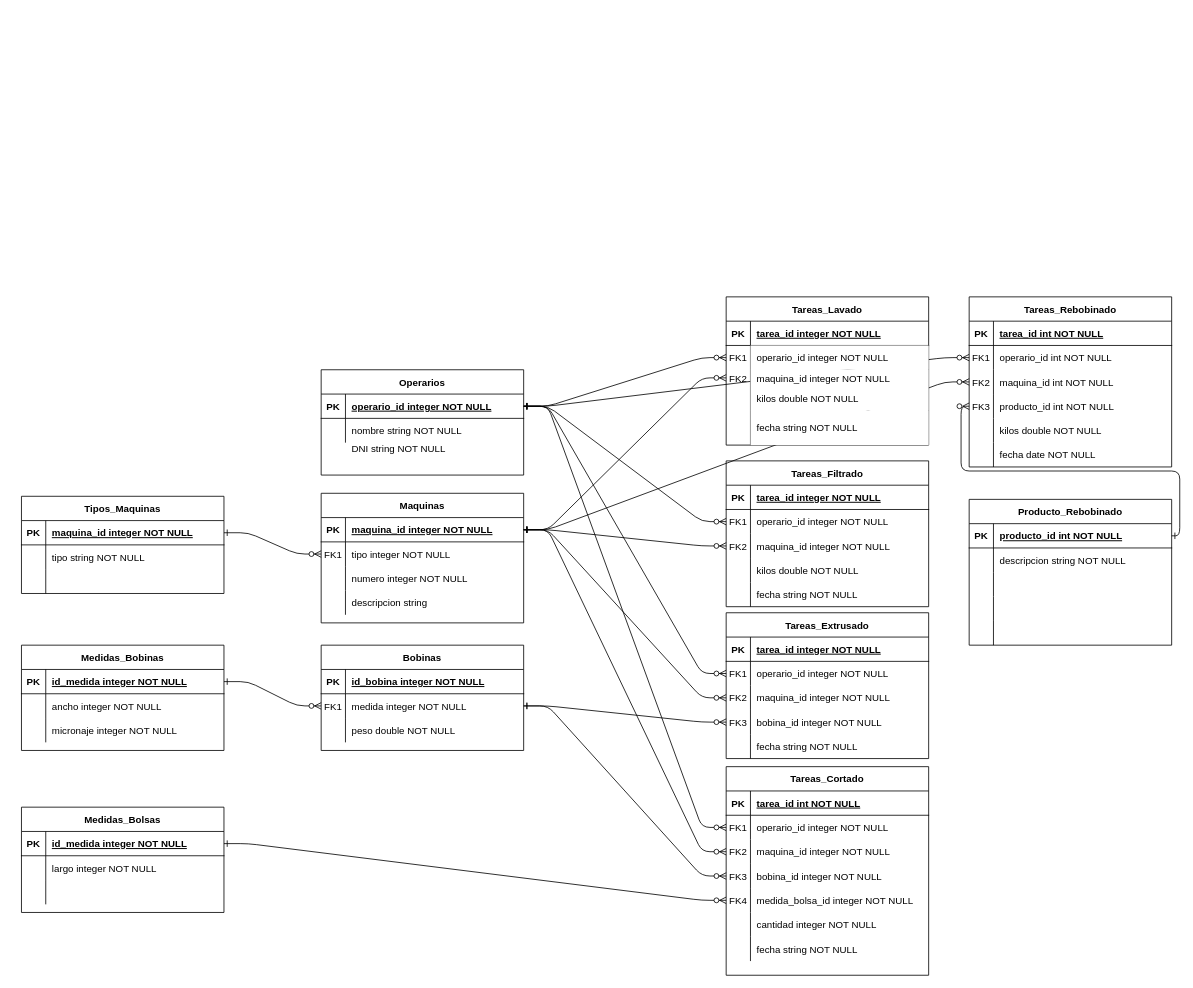
Above: Bolsaco/Other/DBDiagram.drawio in maurocipo/Bolsaco (draw.io), before the change. Source tidied: cells renumbered, new cells numbered last; positions are measured from the earlier drawing's top-left corner, leaving out a move shared by most shapes. Both pictures are drawn from the tidied source at 81%, with x=0, y=0 at pixel (21, 296).
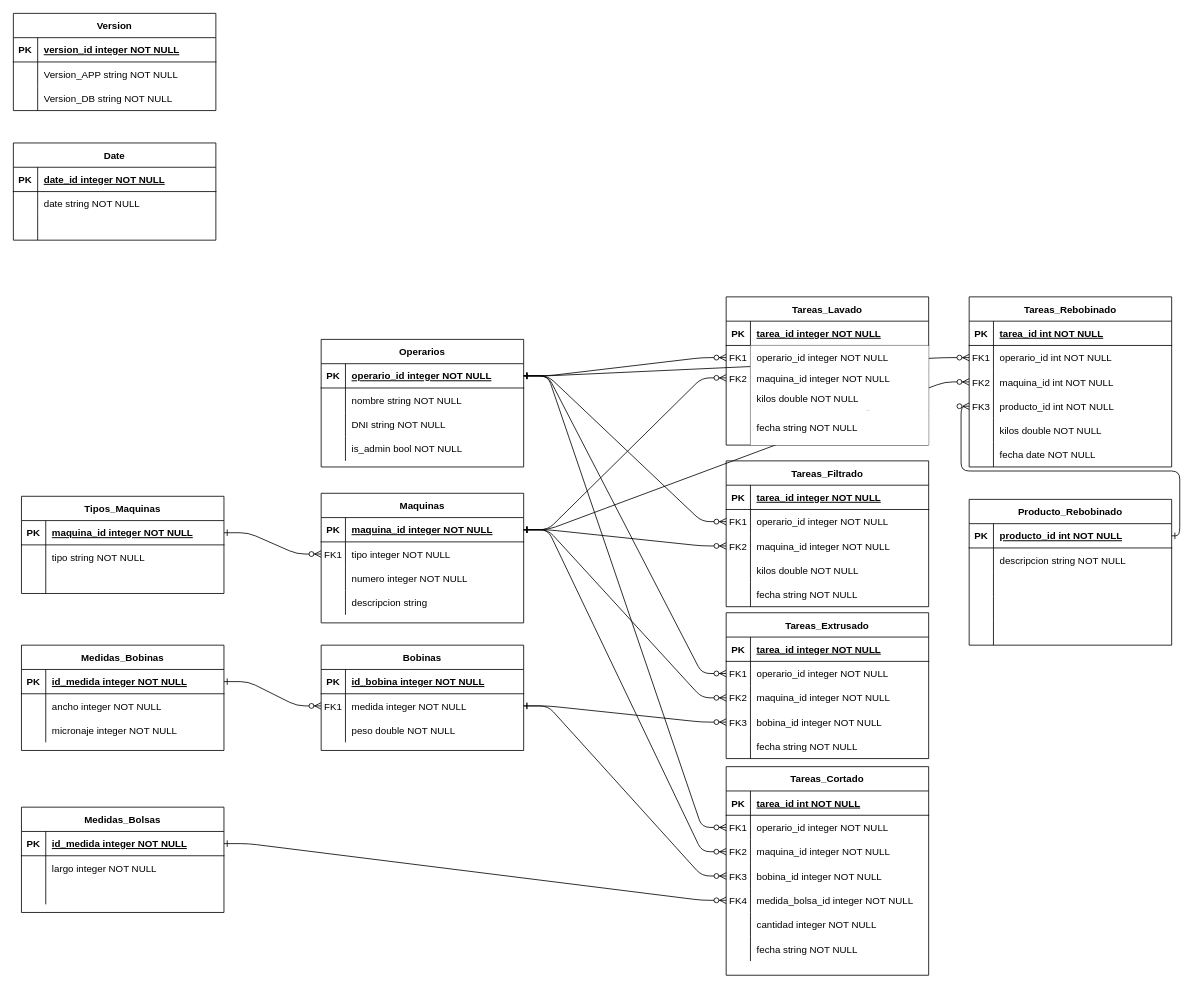
The same page after the edit.

What changed in the source:
```diff
@@
     <mxCell id="16" value="Operarios" style="shape=table;startSize=30;childLayout=tableLayout;rowLines=0;fontStyle=1;align=center;" parent="1" vertex="1">
-      <mxGeometry x="370" y="90" width="250" height="130" as="geometry" />
+      <mxGeometry x="370" y="52.5" width="250" height="157.5" as="geometry" />
     </mxCell>
@@
+    <mxCell id="186" style="shape=partialRectangle;fillColor=none;top=0;left=0;right=0;bottom=0;" parent="16" vertex="1">
+      <mxGeometry y="90" width="250" height="30" as="geometry" />
+    </mxCell>
+    <mxCell id="187" style="shape=partialRectangle;overflow=hidden;fillColor=none;top=0;left=0;bottom=0;right=0;" parent="186" vertex="1">
+      <mxGeometry width="30" height="30" as="geometry" />
+    </mxCell>
+    <mxCell id="141" value="DNI string NOT NULL" style="shape=partialRectangle;overflow=hidden;fillColor=none;top=0;left=0;bottom=0;right=0;align=left;spacingLeft=6;" parent="186" vertex="1">
+      <mxGeometry x="30" width="220" height="30" as="geometry" />
+    </mxCell>
+    <mxCell id="188" style="shape=partialRectangle;fillColor=none;top=0;left=0;right=0;bottom=0;" parent="16" vertex="1">
+      <mxGeometry y="120" width="250" height="30" as="geometry" />
+    </mxCell>
+    <mxCell id="189" style="shape=partialRectangle;overflow=hidden;fillColor=none;top=0;left=0;bottom=0;right=0;" parent="188" vertex="1">
+      <mxGeometry width="30" height="30" as="geometry" />
+    </mxCell>
+    <mxCell id="190" value="is_admin bool NOT NULL" style="shape=partialRectangle;overflow=hidden;fillColor=none;top=0;left=0;bottom=0;right=0;align=left;spacingLeft=6;" parent="188" vertex="1">
+      <mxGeometry x="30" width="220" height="30" as="geometry" />
+    </mxCell>
@@
-    <mxCell id="141" value="DNI string NOT NULL" style="shape=partialRectangle;overflow=hidden;fillColor=none;top=0;left=0;bottom=0;right=0;align=left;spacingLeft=6;" parent="1" vertex="1">
-      <mxGeometry x="400" y="172.5" width="220" height="30" as="geometry" />
-    </mxCell>
@@
+    <mxCell id="191" value="Date" style="shape=table;startSize=30;childLayout=tableLayout;rowLines=0;fontStyle=1;align=center;" parent="1" vertex="1">
+      <mxGeometry x="-10" y="-190" width="250" height="120" as="geometry" />
+    </mxCell>
+    <mxCell id="192" style="shape=partialRectangle;fillColor=none;top=0;left=0;right=0;bottom=1;" parent="191" vertex="1">
+      <mxGeometry y="30" width="250" height="30" as="geometry" />
+    </mxCell>
+    <mxCell id="193" value="PK" style="shape=partialRectangle;overflow=hidden;fillColor=none;top=0;left=0;bottom=0;right=0;fontStyle=1;" parent="192" vertex="1">
+      <mxGeometry width="30" height="30" as="geometry" />
+    </mxCell>
+    <mxCell id="194" value="date_id integer NOT NULL " style="shape=partialRectangle;overflow=hidden;fillColor=none;top=0;left=0;bottom=0;right=0;align=left;spacingLeft=6;fontStyle=5;" parent="192" vertex="1">
+      <mxGeometry x="30" width="220" height="30" as="geometry" />
+    </mxCell>
+    <mxCell id="195" style="shape=partialRectangle;fillColor=none;top=0;left=0;right=0;bottom=0;" parent="191" vertex="1">
+      <mxGeometry y="60" width="250" height="30" as="geometry" />
+    </mxCell>
+    <mxCell id="196" style="shape=partialRectangle;overflow=hidden;fillColor=none;top=0;left=0;bottom=0;right=0;" parent="195" vertex="1">
+      <mxGeometry width="30" height="30" as="geometry" />
+    </mxCell>
+    <mxCell id="197" value="date string NOT NULL" style="shape=partialRectangle;overflow=hidden;fillColor=none;top=0;left=0;bottom=0;right=0;align=left;spacingLeft=6;" parent="195" vertex="1">
+      <mxGeometry x="30" width="220" height="30" as="geometry" />
+    </mxCell>
+    <mxCell id="198" style="shape=partialRectangle;fillColor=none;top=0;left=0;right=0;bottom=0;" parent="191" vertex="1">
+      <mxGeometry y="90" width="250" height="30" as="geometry" />
+    </mxCell>
+    <mxCell id="199" style="shape=partialRectangle;overflow=hidden;fillColor=none;top=0;left=0;bottom=0;right=0;" parent="198" vertex="1">
+      <mxGeometry width="30" height="30" as="geometry" />
+    </mxCell>
+    <mxCell id="200" style="shape=partialRectangle;overflow=hidden;fillColor=none;top=0;left=0;bottom=0;right=0;align=left;spacingLeft=6;" parent="198" vertex="1">
+      <mxGeometry x="30" width="220" height="30" as="geometry" />
+    </mxCell>
+    <mxCell id="201" value="Version" style="shape=table;startSize=30;childLayout=tableLayout;rowLines=0;fontStyle=1;align=center;" parent="1" vertex="1">
+      <mxGeometry x="-10" y="-350" width="250" height="120" as="geometry" />
+    </mxCell>
+    <mxCell id="202" style="shape=partialRectangle;fillColor=none;top=0;left=0;right=0;bottom=1;" parent="201" vertex="1">
+      <mxGeometry y="30" width="250" height="30" as="geometry" />
+    </mxCell>
+    <mxCell id="203" value="PK" style="shape=partialRectangle;overflow=hidden;fillColor=none;top=0;left=0;bottom=0;right=0;fontStyle=1;" parent="202" vertex="1">
+      <mxGeometry width="30" height="30" as="geometry" />
+    </mxCell>
+    <mxCell id="204" value="version_id integer NOT NULL " style="shape=partialRectangle;overflow=hidden;fillColor=none;top=0;left=0;bottom=0;right=0;align=left;spacingLeft=6;fontStyle=5;" parent="202" vertex="1">
+      <mxGeometry x="30" width="220" height="30" as="geometry" />
+    </mxCell>
+    <mxCell id="205" style="shape=partialRectangle;fillColor=none;top=0;left=0;right=0;bottom=0;" parent="201" vertex="1">
+      <mxGeometry y="60" width="250" height="30" as="geometry" />
+    </mxCell>
+    <mxCell id="206" style="shape=partialRectangle;overflow=hidden;fillColor=none;top=0;left=0;bottom=0;right=0;" parent="205" vertex="1">
+      <mxGeometry width="30" height="30" as="geometry" />
+    </mxCell>
+    <mxCell id="207" value="Version_APP string NOT NULL" style="shape=partialRectangle;overflow=hidden;fillColor=none;top=0;left=0;bottom=0;right=0;align=left;spacingLeft=6;" parent="205" vertex="1">
+      <mxGeometry x="30" width="220" height="30" as="geometry" />
+    </mxCell>
+    <mxCell id="208" style="shape=partialRectangle;fillColor=none;top=0;left=0;right=0;bottom=0;" parent="201" vertex="1">
+      <mxGeometry y="90" width="250" height="30" as="geometry" />
+    </mxCell>
+    <mxCell id="209" style="shape=partialRectangle;overflow=hidden;fillColor=none;top=0;left=0;bottom=0;right=0;" parent="208" vertex="1">
+      <mxGeometry width="30" height="30" as="geometry" />
+    </mxCell>
+    <mxCell id="210" value="Version_DB string NOT NULL" style="shape=partialRectangle;overflow=hidden;fillColor=none;top=0;left=0;bottom=0;right=0;align=left;spacingLeft=6;" parent="208" vertex="1">
+      <mxGeometry x="30" width="220" height="30" as="geometry" />
+    </mxCell>
```
